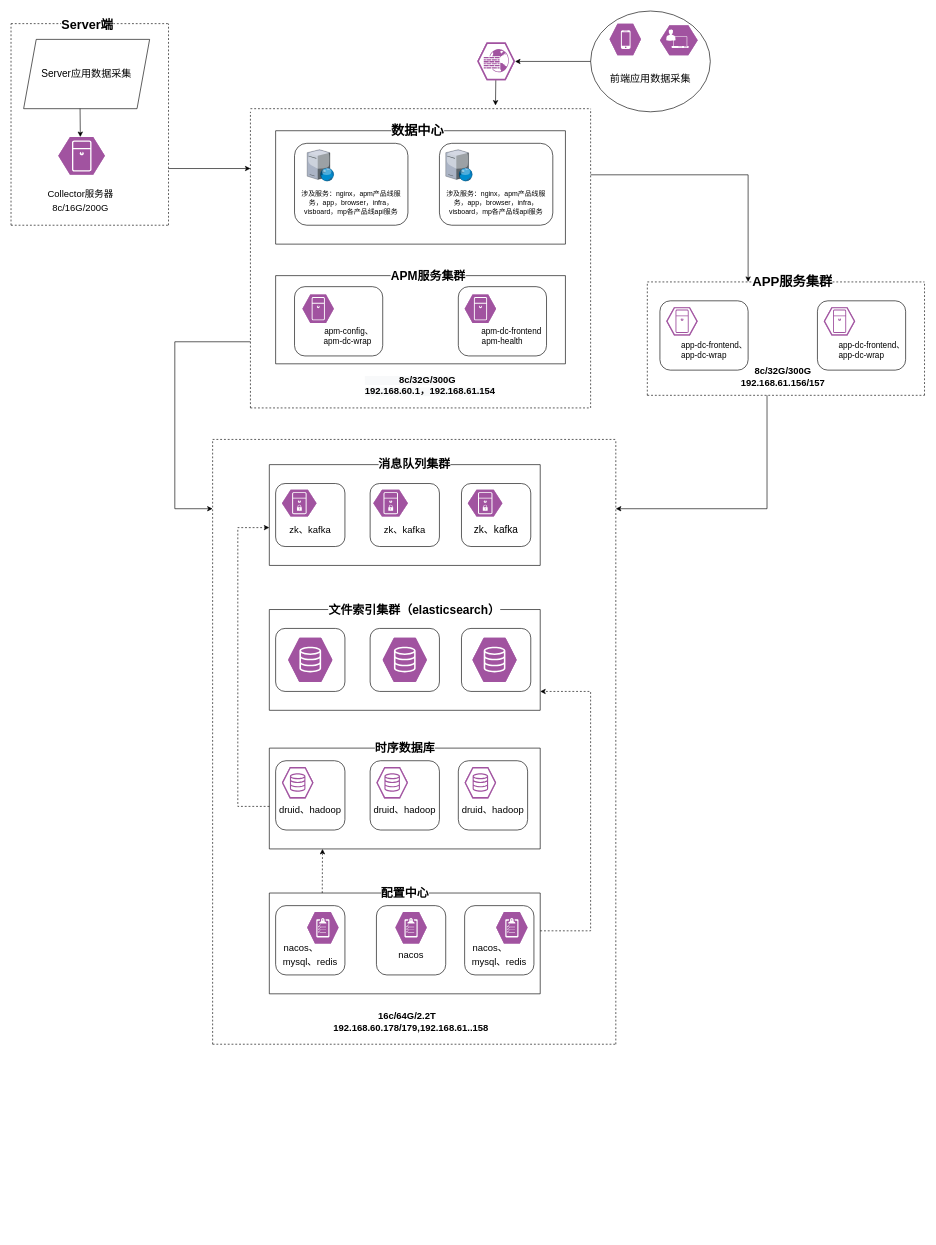
Before: 联合利华.drawio in zeng0550/free-programming-books, a draw.io diagram. Source tidied: cells renumbered, new cells numbered last; positions are measured from the earlier drawing's top-left corner, leaving out a move shared by most shapes. Both pictures are drawn from the tidied source at 63%, with x=0, y=0 at pixel (11, 11).
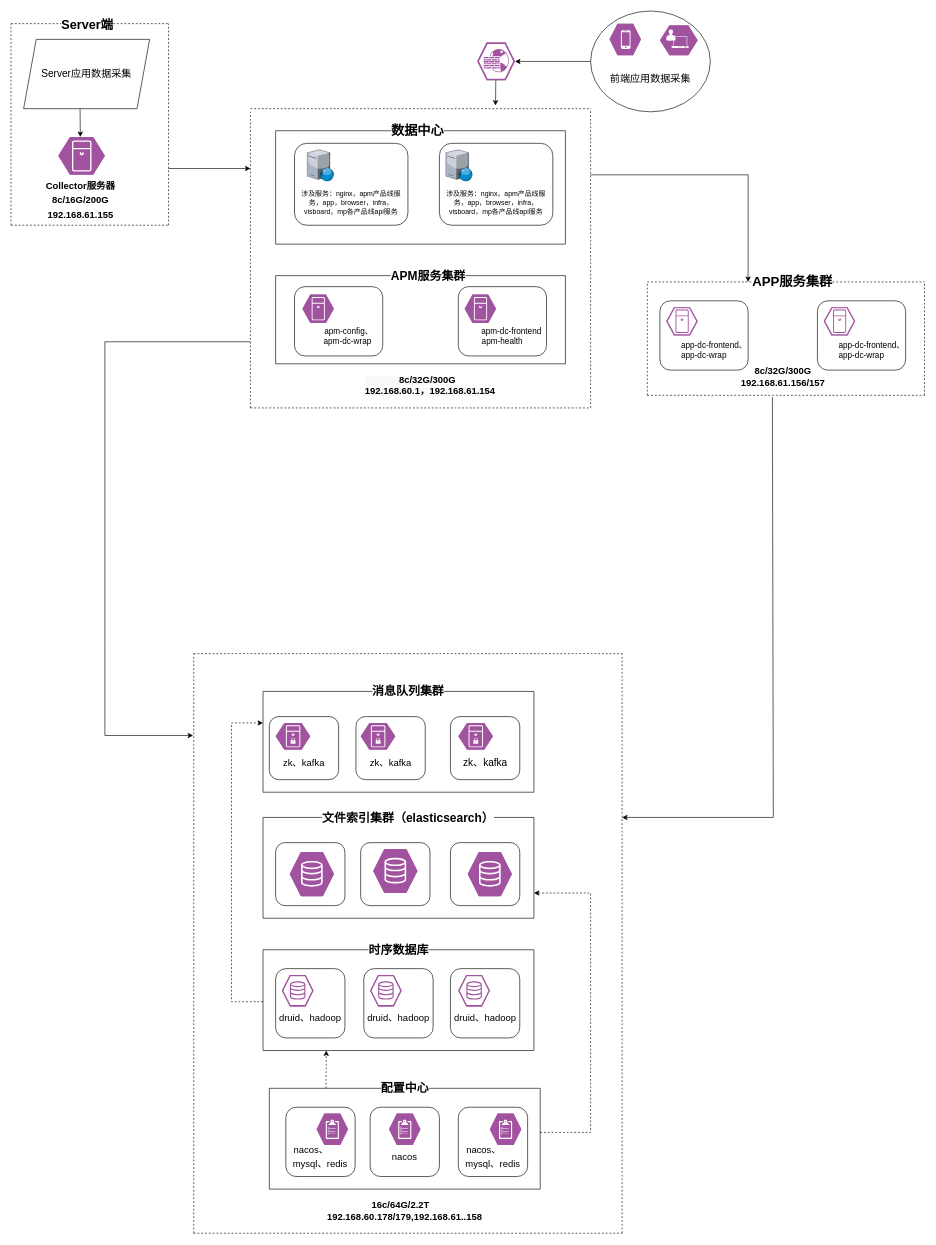
The same diagram, later.

Commit message (it also covers changes not shown here):
更新联合利华.drawio

Unchanged cells that the change refers to:
```xml
<mxCell id="36" value="&lt;b&gt;&lt;font style=&quot;font-size: 15px;&quot;&gt;8c/32G/300G&lt;br&gt;192.168.61.156/157&lt;br&gt;&lt;/font&gt;&lt;/b&gt;" style="text;html=1;align=center;verticalAlign=middle;points=[];strokeColor=none;fillColor=none;fontSize=12;" parent="1" vertex="1">
  <mxGeometry x="1150" y="560" width="150" height="40" as="geometry" />
</mxCell>
```

The edit, as a diff of the source:
```diff
@@
-    <mxCell id="14" value="&lt;font style=&quot;font-size: 15px;&quot;&gt;Collector服务器&lt;br&gt;8c/16G/200G&lt;/font&gt;" style="text;html=1;align=center;verticalAlign=middle;strokeColor=none;fillColor=none;fontSize=19;" parent="1" vertex="1">
-      <mxGeometry x="45" y="270" width="130" height="60" as="geometry" />
+    <mxCell id="14" value="&lt;font style=&quot;font-size: 15px;&quot;&gt;&lt;b&gt;Collector服务器&lt;br&gt;8c/16G/200G&lt;br&gt;192.168.61.155&lt;/b&gt;&lt;br&gt;&lt;/font&gt;" style="text;html=1;align=center;verticalAlign=middle;strokeColor=none;fillColor=none;fontSize=19;" parent="1" vertex="1">
+      <mxGeometry x="45" y="260" width="130" height="80" as="geometry" />
     </mxCell>
@@
     <mxCell id="52" style="endArrow=none;html=1;rounded=0;strokeColor=default;fontSize=19;" parent="1" edge="1">
       <mxGeometry relative="1" as="geometry">
-        <mxPoint x="410" y="880" as="sourcePoint" />
-        <mxPoint x="410" y="720" as="targetPoint" />
+        <mxPoint x="400" y="1240" as="sourcePoint" />
+        <mxPoint x="400" y="1080" as="targetPoint" />
       </mxGeometry>
     </mxCell>
     <mxCell id="53" style="endArrow=none;html=1;rounded=0;strokeColor=default;fontSize=19;" parent="1" edge="1">
       <mxGeometry relative="1" as="geometry">
-        <mxPoint x="840" y="880" as="sourcePoint" />
-        <mxPoint x="840" y="720" as="targetPoint" />
+        <mxPoint x="830" y="1240" as="sourcePoint" />
+        <mxPoint x="830" y="1080" as="targetPoint" />
       </mxGeometry>
     </mxCell>
     <mxCell id="54" style="endArrow=none;html=1;rounded=0;strokeColor=default;fontSize=19;" parent="1" edge="1">
       <mxGeometry relative="1" as="geometry">
-        <mxPoint x="410" y="720" as="sourcePoint" />
-        <mxPoint x="840" y="720" as="targetPoint" />
+        <mxPoint x="400" y="1080" as="sourcePoint" />
+        <mxPoint x="830" y="1080" as="targetPoint" />
       </mxGeometry>
     </mxCell>
@@
     <mxCell id="56" style="endArrow=none;html=1;rounded=0;strokeColor=default;fontSize=19;" parent="1" edge="1">
       <mxGeometry relative="1" as="geometry">
-        <mxPoint x="410" y="880" as="sourcePoint" />
-        <mxPoint x="840" y="880" as="targetPoint" />
+        <mxPoint x="400" y="1240" as="sourcePoint" />
+        <mxPoint x="830" y="1240" as="targetPoint" />
       </mxGeometry>
     </mxCell>
     <mxCell id="57" value="&amp;nbsp; &amp;nbsp; &amp;nbsp;&lt;br&gt;&lt;br&gt;&lt;font style=&quot;font-size: 15px;&quot;&gt;zk、kafka&lt;/font&gt;" style="rounded=1;whiteSpace=wrap;html=1;fontSize=19;" parent="1" vertex="1">
-      <mxGeometry x="420" y="750" width="110" height="100" as="geometry" />
+      <mxGeometry x="410" y="1120" width="110" height="100" as="geometry" />
     </mxCell>
     <mxCell id="58" style="verticalLabelPosition=bottom;sketch=0;html=1;fillColor=#A153A0;strokeColor=#ffffff;verticalAlign=top;align=center;shape=mxgraph.cisco_safe.compositeIcon;bgIcon=mxgraph.cisco_safe.design.blank_device;resIcon=mxgraph.cisco_safe.design.server_1;fontSize=19;" parent="1" vertex="1">
-      <mxGeometry x="430" y="760" width="55" height="42.5" as="geometry" />
+      <mxGeometry x="420" y="1130" width="55" height="42.5" as="geometry" />
     </mxCell>
     <mxCell id="59" value="&amp;nbsp; &amp;nbsp; &amp;nbsp;&lt;br&gt;&lt;br&gt;&lt;font style=&quot;font-size: 15px;&quot;&gt;zk、kafka&lt;/font&gt;" style="rounded=1;whiteSpace=wrap;html=1;fontSize=19;" parent="1" vertex="1">
-      <mxGeometry x="570" y="750" width="110" height="100" as="geometry" />
+      <mxGeometry x="547.5" y="1120" width="110" height="100" as="geometry" />
     </mxCell>
     <mxCell id="60" value="&amp;nbsp; &amp;nbsp; &amp;nbsp;&lt;br&gt;&lt;br&gt;&lt;font style=&quot;font-size: 16px;&quot;&gt;zk、kafka&lt;/font&gt;" style="rounded=1;whiteSpace=wrap;html=1;fontSize=19;" parent="1" vertex="1">
-      <mxGeometry x="715" y="750" width="110" height="100" as="geometry" />
+      <mxGeometry x="697.5" y="1120" width="110" height="100" as="geometry" />
     </mxCell>
     <mxCell id="61" style="verticalLabelPosition=bottom;sketch=0;html=1;fillColor=#A153A0;strokeColor=#ffffff;verticalAlign=top;align=center;shape=mxgraph.cisco_safe.compositeIcon;bgIcon=mxgraph.cisco_safe.design.blank_device;resIcon=mxgraph.cisco_safe.design.server_1;fontSize=19;" parent="1" vertex="1">
-      <mxGeometry x="575" y="760" width="55" height="42.5" as="geometry" />
+      <mxGeometry x="555" y="1130" width="55" height="42.5" as="geometry" />
     </mxCell>
     <mxCell id="62" style="verticalLabelPosition=bottom;sketch=0;html=1;fillColor=#A153A0;strokeColor=#ffffff;verticalAlign=top;align=center;shape=mxgraph.cisco_safe.compositeIcon;bgIcon=mxgraph.cisco_safe.design.blank_device;resIcon=mxgraph.cisco_safe.design.server_1;fontSize=19;" parent="1" vertex="1">
-      <mxGeometry x="725" y="760" width="55" height="42.5" as="geometry" />
+      <mxGeometry x="710" y="1130" width="55" height="42.5" as="geometry" />
     </mxCell>
     <mxCell id="63" style="endArrow=none;html=1;rounded=0;strokeColor=default;fontSize=19;" parent="1" edge="1">
       <mxGeometry relative="1" as="geometry">
-        <mxPoint x="410" y="950" as="sourcePoint" />
-        <mxPoint x="840" y="950" as="targetPoint" />
+        <mxPoint x="400" y="1280" as="sourcePoint" />
+        <mxPoint x="830" y="1280" as="targetPoint" />
       </mxGeometry>
     </mxCell>
@@
     <mxCell id="65" style="endArrow=none;html=1;rounded=0;strokeColor=default;fontSize=19;" parent="1" edge="1">
       <mxGeometry relative="1" as="geometry">
-        <mxPoint x="410" y="1110" as="sourcePoint" />
-        <mxPoint x="840" y="1110" as="targetPoint" />
+        <mxPoint x="400" y="1440" as="sourcePoint" />
+        <mxPoint x="830" y="1440" as="targetPoint" />
       </mxGeometry>
     </mxCell>
     <mxCell id="66" style="endArrow=none;html=1;rounded=0;strokeColor=default;fontSize=19;" parent="1" edge="1">
       <mxGeometry relative="1" as="geometry">
-        <mxPoint x="840" y="1110" as="sourcePoint" />
-        <mxPoint x="840" y="950" as="targetPoint" />
+        <mxPoint x="830" y="1440" as="sourcePoint" />
+        <mxPoint x="830" y="1280" as="targetPoint" />
       </mxGeometry>
     </mxCell>
     <mxCell id="67" style="endArrow=none;html=1;rounded=0;strokeColor=default;fontSize=19;" parent="1" edge="1">
       <mxGeometry relative="1" as="geometry">
-        <mxPoint x="410" y="1110" as="sourcePoint" />
-        <mxPoint x="410" y="950" as="targetPoint" />
+        <mxPoint x="400" y="1440" as="sourcePoint" />
+        <mxPoint x="400" y="1280" as="targetPoint" />
       </mxGeometry>
     </mxCell>
     <mxCell id="68" value="&amp;nbsp; &amp;nbsp; &amp;nbsp;&lt;br&gt;&lt;br&gt;" style="rounded=1;whiteSpace=wrap;html=1;fontSize=19;" parent="1" vertex="1">
-      <mxGeometry x="420" y="980" width="110" height="100" as="geometry" />
+      <mxGeometry x="420" y="1320" width="110" height="100" as="geometry" />
     </mxCell>
     <mxCell id="69" style="verticalLabelPosition=bottom;sketch=0;html=1;fillColor=#A153A0;strokeColor=#ffffff;verticalAlign=top;align=center;shape=mxgraph.cisco_safe.compositeIcon;bgIcon=mxgraph.cisco_safe.design.blank_device;resIcon=mxgraph.cisco_safe.design.storage_1;fontSize=13;" parent="1" vertex="1">
-      <mxGeometry x="440" y="995" width="70" height="70" as="geometry" />
+      <mxGeometry x="442.5" y="1335" width="70" height="70" as="geometry" />
     </mxCell>
     <mxCell id="70" value="&amp;nbsp; &amp;nbsp; &amp;nbsp;&lt;br&gt;&lt;br&gt;" style="rounded=1;whiteSpace=wrap;html=1;fontSize=19;" parent="1" vertex="1">
-      <mxGeometry x="570" y="980" width="110" height="100" as="geometry" />
+      <mxGeometry x="555" y="1320" width="110" height="100" as="geometry" />
     </mxCell>
     <mxCell id="71" value="&amp;nbsp; &amp;nbsp; &amp;nbsp;&lt;br&gt;&lt;br&gt;" style="rounded=1;whiteSpace=wrap;html=1;fontSize=19;" parent="1" vertex="1">
-      <mxGeometry x="715" y="980" width="110" height="100" as="geometry" />
+      <mxGeometry x="697.5" y="1320" width="110" height="100" as="geometry" />
     </mxCell>
     <mxCell id="72" style="verticalLabelPosition=bottom;sketch=0;html=1;fillColor=#A153A0;strokeColor=#ffffff;verticalAlign=top;align=center;shape=mxgraph.cisco_safe.compositeIcon;bgIcon=mxgraph.cisco_safe.design.blank_device;resIcon=mxgraph.cisco_safe.design.storage_1;fontSize=13;" parent="1" vertex="1">
-      <mxGeometry x="590" y="995" width="70" height="70" as="geometry" />
+      <mxGeometry x="575" y="1330" width="70" height="70" as="geometry" />
     </mxCell>
     <mxCell id="73" style="verticalLabelPosition=bottom;sketch=0;html=1;fillColor=#A153A0;strokeColor=#ffffff;verticalAlign=top;align=center;shape=mxgraph.cisco_safe.compositeIcon;bgIcon=mxgraph.cisco_safe.design.blank_device;resIcon=mxgraph.cisco_safe.design.storage_1;fontSize=13;" parent="1" vertex="1">
-      <mxGeometry x="732.5" y="995" width="70" height="70" as="geometry" />
+      <mxGeometry x="725" y="1335" width="70" height="70" as="geometry" />
     </mxCell>
     <mxCell id="74" style="endArrow=none;html=1;rounded=0;strokeColor=default;fontSize=19;" parent="1" edge="1">
       <mxGeometry relative="1" as="geometry">
-        <mxPoint x="410" y="1170" as="sourcePoint" />
-        <mxPoint x="840" y="1170" as="targetPoint" />
+        <mxPoint x="400" y="1490" as="sourcePoint" />
+        <mxPoint x="830" y="1490" as="targetPoint" />
       </mxGeometry>
     </mxCell>
@@
     <mxCell id="76" style="endArrow=none;html=1;rounded=0;strokeColor=default;fontSize=19;" parent="1" edge="1">
       <mxGeometry relative="1" as="geometry">
-        <mxPoint x="410" y="1330" as="sourcePoint" />
-        <mxPoint x="840" y="1330" as="targetPoint" />
+        <mxPoint x="400" y="1650" as="sourcePoint" />
+        <mxPoint x="830" y="1650" as="targetPoint" />
       </mxGeometry>
     </mxCell>
     <mxCell id="77" style="endArrow=none;html=1;rounded=0;strokeColor=default;fontSize=19;" parent="1" edge="1">
       <mxGeometry relative="1" as="geometry">
-        <mxPoint x="840" y="1330" as="sourcePoint" />
-        <mxPoint x="840" y="1170" as="targetPoint" />
+        <mxPoint x="830" y="1650" as="sourcePoint" />
+        <mxPoint x="830" y="1490" as="targetPoint" />
       </mxGeometry>
     </mxCell>
     <mxCell id="78" style="endArrow=none;html=1;rounded=0;strokeColor=default;fontSize=19;" parent="1" edge="1">
       <mxGeometry relative="1" as="geometry">
-        <mxPoint x="410" y="1330" as="sourcePoint" />
-        <mxPoint x="410" y="1170" as="targetPoint" />
+        <mxPoint x="400" y="1650" as="sourcePoint" />
+        <mxPoint x="400" y="1490" as="targetPoint" />
       </mxGeometry>
     </mxCell>
     <mxCell id="79" value="&amp;nbsp; &lt;br&gt;&amp;nbsp; &amp;nbsp;&lt;br&gt;&lt;font style=&quot;font-size: 15px;&quot;&gt;druid、hadoop&lt;/font&gt;" style="rounded=1;whiteSpace=wrap;html=1;fontSize=19;" parent="1" vertex="1">
-      <mxGeometry x="420" y="1190" width="110" height="110" as="geometry" />
+      <mxGeometry x="420" y="1520" width="110" height="110" as="geometry" />
     </mxCell>
     <mxCell id="80" value="&lt;br&gt;&lt;br&gt;&lt;br&gt;" style="verticalLabelPosition=bottom;sketch=0;html=1;fillColor=#A153A0;strokeColor=#ffffff;verticalAlign=top;align=center;shape=mxgraph.cisco_safe.compositeIcon;bgIcon=mxgraph.cisco_safe.design.blank_device;resIcon=mxgraph.cisco_safe.design.storage;fontSize=13;" parent="1" vertex="1">
-      <mxGeometry x="430" y="1200" width="50" height="50" as="geometry" />
+      <mxGeometry x="430" y="1530" width="50" height="50" as="geometry" />
     </mxCell>
     <mxCell id="81" value="&amp;nbsp; &lt;br&gt;&amp;nbsp; &amp;nbsp;&lt;br&gt;&lt;font style=&quot;font-size: 15px;&quot;&gt;druid、hadoop&lt;/font&gt;" style="rounded=1;whiteSpace=wrap;html=1;fontSize=19;" parent="1" vertex="1">
-      <mxGeometry x="570" y="1190" width="110" height="110" as="geometry" />
+      <mxGeometry x="560" y="1520" width="110" height="110" as="geometry" />
     </mxCell>
     <mxCell id="82" value="&lt;br&gt;&lt;br&gt;&lt;br&gt;" style="verticalLabelPosition=bottom;sketch=0;html=1;fillColor=#A153A0;strokeColor=#ffffff;verticalAlign=top;align=center;shape=mxgraph.cisco_safe.compositeIcon;bgIcon=mxgraph.cisco_safe.design.blank_device;resIcon=mxgraph.cisco_safe.design.storage;fontSize=13;" parent="1" vertex="1">
-      <mxGeometry x="580" y="1200" width="50" height="50" as="geometry" />
+      <mxGeometry x="570" y="1530" width="50" height="50" as="geometry" />
     </mxCell>
     <mxCell id="83" value="&amp;nbsp; &lt;br&gt;&amp;nbsp; &amp;nbsp;&lt;br&gt;&lt;font style=&quot;font-size: 15px;&quot;&gt;druid、hadoop&lt;/font&gt;" style="rounded=1;whiteSpace=wrap;html=1;fontSize=19;" parent="1" vertex="1">
-      <mxGeometry x="710" y="1190" width="110" height="110" as="geometry" />
+      <mxGeometry x="697.5" y="1520" width="110" height="110" as="geometry" />
     </mxCell>
     <mxCell id="84" value="&lt;br&gt;&lt;br&gt;&lt;br&gt;" style="verticalLabelPosition=bottom;sketch=0;html=1;fillColor=#A153A0;strokeColor=#ffffff;verticalAlign=top;align=center;shape=mxgraph.cisco_safe.compositeIcon;bgIcon=mxgraph.cisco_safe.design.blank_device;resIcon=mxgraph.cisco_safe.design.storage;fontSize=13;" parent="1" vertex="1">
-      <mxGeometry x="720" y="1200" width="50" height="50" as="geometry" />
+      <mxGeometry x="710" y="1530" width="50" height="50" as="geometry" />
     </mxCell>
     <mxCell id="85" style="endArrow=none;html=1;rounded=0;strokeColor=default;fontSize=19;" parent="1" edge="1">
       <mxGeometry relative="1" as="geometry">
-        <mxPoint x="410" y="1400" as="sourcePoint" />
-        <mxPoint x="840" y="1400" as="targetPoint" />
+        <mxPoint x="410" y="1710" as="sourcePoint" />
+        <mxPoint x="840" y="1710" as="targetPoint" />
       </mxGeometry>
     </mxCell>
@@
     <mxCell id="87" style="endArrow=none;html=1;rounded=0;strokeColor=default;fontSize=19;" parent="1" edge="1">
       <mxGeometry relative="1" as="geometry">
-        <mxPoint x="410" y="1560" as="sourcePoint" />
-        <mxPoint x="840" y="1560" as="targetPoint" />
+        <mxPoint x="410" y="1870" as="sourcePoint" />
+        <mxPoint x="840" y="1870" as="targetPoint" />
       </mxGeometry>
     </mxCell>
     <mxCell id="88" value="&lt;font style=&quot;font-size: 15px;&quot;&gt;&amp;nbsp; &lt;br&gt;&amp;nbsp; &amp;nbsp;&lt;br&gt;nacos、&amp;nbsp; &amp;nbsp; &amp;nbsp; &amp;nbsp; mysql、redis&lt;/font&gt;" style="rounded=1;whiteSpace=wrap;html=1;fontSize=19;" parent="1" vertex="1">
-      <mxGeometry x="420" y="1420" width="110" height="110" as="geometry" />
+      <mxGeometry x="436.2" y="1740" width="110" height="110" as="geometry" />
     </mxCell>
     <mxCell id="89" style="verticalLabelPosition=bottom;sketch=0;html=1;fillColor=#A153A0;strokeColor=#ffffff;verticalAlign=top;align=center;shape=mxgraph.cisco_safe.compositeIcon;bgIcon=mxgraph.cisco_safe.design.blank_device;resIcon=mxgraph.cisco_safe.design.policy;fontSize=15;" parent="1" vertex="1">
-      <mxGeometry x="470" y="1430" width="50" height="50" as="geometry" />
+      <mxGeometry x="485" y="1750" width="50" height="50" as="geometry" />
     </mxCell>
     <mxCell id="90" value="&lt;font style=&quot;font-size: 15px;&quot;&gt;&amp;nbsp; &lt;br&gt;&amp;nbsp; &amp;nbsp;&lt;br&gt;nacos&lt;/font&gt;" style="rounded=1;whiteSpace=wrap;html=1;fontSize=19;" parent="1" vertex="1">
-      <mxGeometry x="580" y="1420" width="110" height="110" as="geometry" />
+      <mxGeometry x="570" y="1740" width="110" height="110" as="geometry" />
     </mxCell>
     <mxCell id="91" style="verticalLabelPosition=bottom;sketch=0;html=1;fillColor=#A153A0;strokeColor=#ffffff;verticalAlign=top;align=center;shape=mxgraph.cisco_safe.compositeIcon;bgIcon=mxgraph.cisco_safe.design.blank_device;resIcon=mxgraph.cisco_safe.design.policy;fontSize=15;" parent="1" vertex="1">
-      <mxGeometry x="610" y="1430" width="50" height="50" as="geometry" />
+      <mxGeometry x="600" y="1750" width="50" height="50" as="geometry" />
     </mxCell>
     <mxCell id="92" value="&lt;font style=&quot;font-size: 15px;&quot;&gt;&amp;nbsp; &lt;br&gt;&amp;nbsp; &amp;nbsp;&lt;br&gt;nacos、&amp;nbsp; &amp;nbsp; &amp;nbsp; &amp;nbsp; mysql、redis&lt;/font&gt;" style="rounded=1;whiteSpace=wrap;html=1;fontSize=19;" parent="1" vertex="1">
-      <mxGeometry x="720" y="1420" width="110" height="110" as="geometry" />
+      <mxGeometry x="710" y="1740" width="110" height="110" as="geometry" />
     </mxCell>
     <mxCell id="93" style="verticalLabelPosition=bottom;sketch=0;html=1;fillColor=#A153A0;strokeColor=#ffffff;verticalAlign=top;align=center;shape=mxgraph.cisco_safe.compositeIcon;bgIcon=mxgraph.cisco_safe.design.blank_device;resIcon=mxgraph.cisco_safe.design.policy;fontSize=15;" parent="1" vertex="1">
-      <mxGeometry x="770" y="1430" width="50" height="50" as="geometry" />
+      <mxGeometry x="760" y="1750" width="50" height="50" as="geometry" />
     </mxCell>
     <mxCell id="94" style="endArrow=none;html=1;rounded=0;strokeColor=default;fontSize=19;" parent="1" edge="1">
       <mxGeometry relative="1" as="geometry">
-        <mxPoint x="840" y="1560" as="sourcePoint" />
-        <mxPoint x="840" y="1400" as="targetPoint" />
+        <mxPoint x="840" y="1870" as="sourcePoint" />
+        <mxPoint x="840" y="1710" as="targetPoint" />
       </mxGeometry>
     </mxCell>
     <mxCell id="95" style="endArrow=none;html=1;rounded=0;strokeColor=default;fontSize=19;" parent="1" edge="1">
       <mxGeometry relative="1" as="geometry">
-        <mxPoint x="410" y="1560" as="sourcePoint" />
-        <mxPoint x="410" y="1400" as="targetPoint" />
+        <mxPoint x="410" y="1870" as="sourcePoint" />
+        <mxPoint x="410" y="1710" as="targetPoint" />
       </mxGeometry>
     </mxCell>
     <mxCell id="96" style="endArrow=none;dashed=1;html=1;rounded=0;fontSize=19;" parent="1" edge="1">
       <mxGeometry relative="1" as="geometry">
-        <mxPoint x="320" y="1640" as="sourcePoint" />
-        <mxPoint x="320" y="680" as="targetPoint" />
+        <mxPoint x="290" y="1940" as="sourcePoint" />
+        <mxPoint x="290" y="1020" as="targetPoint" />
       </mxGeometry>
     </mxCell>
     <mxCell id="97" style="endArrow=none;dashed=1;html=1;rounded=0;fontSize=19;" parent="1" edge="1">
       <mxGeometry relative="1" as="geometry">
-        <mxPoint x="960" y="1640" as="sourcePoint" />
-        <mxPoint x="960" y="680" as="targetPoint" />
+        <mxPoint x="970" y="1940" as="sourcePoint" />
+        <mxPoint x="970" y="1020" as="targetPoint" />
       </mxGeometry>
     </mxCell>
     <mxCell id="98" style="endArrow=none;dashed=1;html=1;rounded=0;fontSize=11;" parent="1" edge="1">
       <mxGeometry relative="1" as="geometry">
-        <mxPoint x="320" y="680" as="sourcePoint" />
-        <mxPoint x="960" y="680" as="targetPoint" />
+        <mxPoint x="290" y="1020" as="sourcePoint" />
+        <mxPoint x="970" y="1020" as="targetPoint" />
       </mxGeometry>
     </mxCell>
     <mxCell id="99" style="endArrow=none;dashed=1;html=1;rounded=0;fontSize=11;" parent="1" edge="1">
       <mxGeometry relative="1" as="geometry">
-        <mxPoint x="320" y="1640" as="sourcePoint" />
-        <mxPoint x="960" y="1640" as="targetPoint" />
+        <mxPoint x="290" y="1940" as="sourcePoint" />
+        <mxPoint x="970" y="1940" as="targetPoint" />
       </mxGeometry>
     </mxCell>
     <mxCell id="100" value="&lt;font style=&quot;font-size: 15px;&quot;&gt;&lt;b&gt;&amp;nbsp; &amp;nbsp; &amp;nbsp; &amp;nbsp; &amp;nbsp; &amp;nbsp; &amp;nbsp; &amp;nbsp; &amp;nbsp;16c/64G/2.2T&lt;br&gt;192.168.60.178/179,192.168.61..158&lt;/b&gt;&lt;/font&gt;" style="text;whiteSpace=wrap;html=1;fontSize=15;" parent="1" vertex="1">
-      <mxGeometry x="510" y="1580" width="290" height="60" as="geometry" />
+      <mxGeometry x="500" y="1880" width="290" height="60" as="geometry" />
     </mxCell>
     <mxCell id="101" style="endArrow=classic;html=1;rounded=0;strokeColor=default;fontSize=15;" parent="1" edge="1">
       <mxGeometry relative="1" as="geometry">
         <mxPoint x="380" y="525" as="sourcePoint" />
-        <mxPoint x="320" y="790" as="targetPoint" />
+        <mxPoint x="289" y="1150" as="targetPoint" />
         <Array as="points">
-          <mxPoint x="260" y="525" />
-          <mxPoint x="260" y="790" />
+          <mxPoint x="149" y="525" />
+          <mxPoint x="149" y="800" />
+          <mxPoint x="149" y="1010" />
+          <mxPoint x="149" y="1150" />
         </Array>
       </mxGeometry>
     </mxCell>
-    <mxCell id="102" style="endArrow=classic;html=1;rounded=0;strokeColor=default;fontSize=15;" parent="1" edge="1">
+    <mxCell id="102" style="endArrow=classic;html=1;rounded=0;strokeColor=default;fontSize=15;exitX=0.39;exitY=1.318;exitDx=0;exitDy=0;exitPerimeter=0;" parent="1" edge="1" source="36">
       <mxGeometry relative="1" as="geometry">
-        <mxPoint x="1200" y="610" as="sourcePoint" />
-        <mxPoint x="960" y="790" as="targetPoint" />
+        <mxPoint x="970" y="1280" as="targetPoint" />
         <Array as="points">
-          <mxPoint x="1200" y="790" />
+          <mxPoint x="1210" y="1280" />
         </Array>
       </mxGeometry>
     </mxCell>
     <mxCell id="103" style="endArrow=classic;html=1;rounded=0;strokeColor=default;fontSize=15;dashed=1;" parent="1" edge="1">
       <mxGeometry relative="1" as="geometry">
-        <mxPoint x="494" y="1400" as="sourcePoint" />
-        <mxPoint x="494.4" y="1330" as="targetPoint" />
+        <mxPoint x="500" y="1710" as="sourcePoint" />
+        <mxPoint x="500.4" y="1650" as="targetPoint" />
       </mxGeometry>
     </mxCell>
     <mxCell id="104" style="endArrow=classic;html=1;rounded=0;strokeColor=default;fontSize=15;dashed=1;" parent="1" edge="1">
       <mxGeometry relative="1" as="geometry">
-        <mxPoint x="840" y="1460" as="sourcePoint" />
-        <mxPoint x="840" y="1080" as="targetPoint" />
+        <mxPoint x="840" y="1780" as="sourcePoint" />
+        <mxPoint x="830" y="1400" as="targetPoint" />
         <Array as="points">
-          <mxPoint x="920" y="1460" />
-          <mxPoint x="920" y="1080" />
+          <mxPoint x="920" y="1780" />
+          <mxPoint x="920" y="1400" />
         </Array>
       </mxGeometry>
     </mxCell>
     <mxCell id="105" style="endArrow=classic;html=1;rounded=0;strokeColor=default;fontSize=15;dashed=1;" parent="1" edge="1">
       <mxGeometry relative="1" as="geometry">
-        <mxPoint x="410" y="1262.5" as="sourcePoint" />
-        <mxPoint x="410" y="820" as="targetPoint" />
+        <mxPoint x="400" y="1572.5" as="sourcePoint" />
+        <mxPoint x="400" y="1130" as="targetPoint" />
         <Array as="points">
-          <mxPoint x="360" y="1262.5" />
-          <mxPoint x="360" y="820" />
+          <mxPoint x="350" y="1572.5" />
+          <mxPoint x="350" y="1130" />
         </Array>
       </mxGeometry>
     </mxCell>
```
